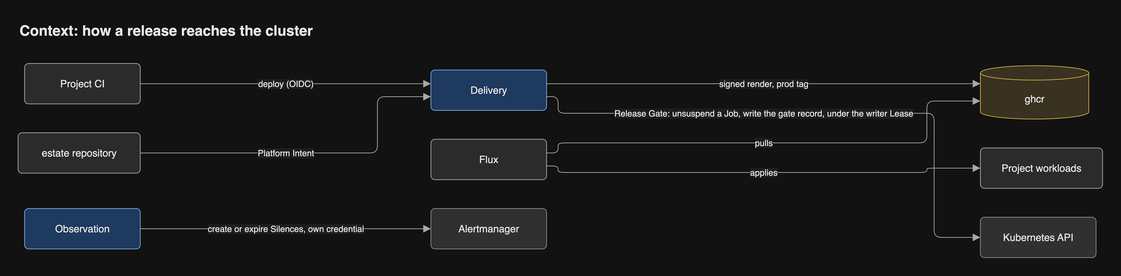
Before: docs/diagrams/png/context.png, a diagram exported from draw.io (JorisJonkers-dev/estate-kit). Source tidied: cells renumbered, new cells last; positions are measured from the earlier drawing's top-left corner, leaving out a move shared by most shapes. The source it was exported from:
```xml
<mxGraphModel>
  <root>
    <mxCell id="0" />
    <mxCell id="1" parent="0" />
    <mxCell id="2" value="Project CI" style="rounded=1;arcSize=10;html=1;whiteSpace=wrap;fontSize=14;fontColor=light-dark(#1a1a1a,#e8e8e8);fillColor=light-dark(#f5f5f5,#2b2b2b);strokeColor=light-dark(#666666,#a8a8a8);fontFamily=Helvetica;" parent="1" vertex="1">
      <mxGeometry x="9" y="64" width="160" height="56" as="geometry" />
    </mxCell>
    <mxCell id="3" value="estate repository" style="rounded=1;arcSize=10;html=1;whiteSpace=wrap;fontSize=14;fontColor=light-dark(#1a1a1a,#e8e8e8);fillColor=light-dark(#f5f5f5,#2b2b2b);strokeColor=light-dark(#666666,#a8a8a8);fontFamily=Helvetica;" parent="1" vertex="1">
      <mxGeometry y="160" width="169" height="56" as="geometry" />
    </mxCell>
    <mxCell id="4" value="Delivery" style="rounded=1;arcSize=10;html=1;whiteSpace=wrap;fontSize=14;fontColor=light-dark(#1a1a1a,#e8e8e8);fillColor=light-dark(#dae8fc,#1f3a5f);strokeColor=light-dark(#6c8ebf,#7aa7e0);fontFamily=Helvetica;" parent="1" vertex="1">
      <mxGeometry x="571" y="73" width="160" height="56" as="geometry" />
    </mxCell>
    <mxCell id="5" value="ghcr" style="shape=cylinder3;size=10;boundedLbl=1;backgroundOutline=1;html=1;whiteSpace=wrap;fontSize=14;fontColor=light-dark(#1a1a1a,#e8e8e8);fillColor=light-dark(#fff2cc,#3a3220);strokeColor=light-dark(#d6b656,#c9a74a);fontFamily=Helvetica;" parent="1" vertex="1">
      <mxGeometry x="1331" y="67" width="150" height="74" as="geometry" />
    </mxCell>
    <mxCell id="6" value="Flux" style="rounded=1;arcSize=10;html=1;whiteSpace=wrap;fontSize=14;fontColor=light-dark(#1a1a1a,#e8e8e8);fillColor=light-dark(#f5f5f5,#2b2b2b);strokeColor=light-dark(#666666,#a8a8a8);fontFamily=Helvetica;" parent="1" vertex="1">
      <mxGeometry x="571" y="169" width="160" height="56" as="geometry" />
    </mxCell>
    <mxCell id="7" value="Project workloads" style="rounded=1;arcSize=10;html=1;whiteSpace=wrap;fontSize=14;fontColor=light-dark(#1a1a1a,#e8e8e8);fillColor=light-dark(#f5f5f5,#2b2b2b);strokeColor=light-dark(#666666,#a8a8a8);fontFamily=Helvetica;" parent="1" vertex="1">
      <mxGeometry x="1331" y="181" width="169" height="56" as="geometry" />
    </mxCell>
    <mxCell id="8" value="Kubernetes API" style="rounded=1;arcSize=10;html=1;whiteSpace=wrap;fontSize=14;fontColor=light-dark(#1a1a1a,#e8e8e8);fillColor=light-dark(#eeeeee,#303030);strokeColor=light-dark(#999999,#8a8a8a);fontFamily=Helvetica;" parent="1" vertex="1">
      <mxGeometry x="1331" y="277" width="160" height="56" as="geometry" />
    </mxCell>
    <mxCell id="9" value="Observation" style="rounded=1;arcSize=10;html=1;whiteSpace=wrap;fontSize=14;fontColor=light-dark(#1a1a1a,#e8e8e8);fillColor=light-dark(#dae8fc,#1f3a5f);strokeColor=light-dark(#6c8ebf,#7aa7e0);fontFamily=Helvetica;" parent="1" vertex="1">
      <mxGeometry x="9" y="265" width="160" height="56" as="geometry" />
    </mxCell>
    <mxCell id="10" value="Alertmanager" style="rounded=1;arcSize=10;html=1;whiteSpace=wrap;fontSize=14;fontColor=light-dark(#1a1a1a,#e8e8e8);fillColor=light-dark(#eeeeee,#303030);strokeColor=light-dark(#999999,#8a8a8a);fontFamily=Helvetica;" parent="1" vertex="1">
      <mxGeometry x="571" y="265" width="160" height="56" as="geometry" />
    </mxCell>
    <mxCell id="11" value="deploy (OIDC)" style="html=1;rounded=1;fontSize=14;fontSize=12;fontColor=light-dark(#1a1a1a,#e8e8e8);strokeColor=light-dark(#666666,#a8a8a8);endArrow=block;endFill=1;endSize=8;curved=0;exitX=1;exitY=0.5;entryX=0;entryY=0.3393;edgeStyle=orthogonalEdgeStyle;fontFamily=Helvetica;labelBackgroundColor=light-dark(#ffffff,#1e1e1e);" parent="1" edge="1" source="2" target="4">
      <mxGeometry relative="1" as="geometry">
        <Array as="points">
          <mxPoint x="370" y="92" />
        </Array>
      </mxGeometry>
    </mxCell>
    <mxCell id="12" value="Platform Intent" style="html=1;rounded=1;fontSize=14;fontSize=12;fontColor=light-dark(#1a1a1a,#e8e8e8);strokeColor=light-dark(#666666,#a8a8a8);endArrow=block;endFill=1;endSize=8;curved=0;exitX=1;exitY=0.5;entryX=0;entryY=0.6607;edgeStyle=orthogonalEdgeStyle;fontFamily=Helvetica;labelBackgroundColor=light-dark(#ffffff,#1e1e1e);" parent="1" edge="1" source="3" target="4">
      <mxGeometry relative="1" as="geometry">
        <Array as="points">
          <mxPoint x="497" y="188" />
          <mxPoint x="497" y="110" />
        </Array>
        <mxPoint x="-39" as="offset" />
      </mxGeometry>
    </mxCell>
    <mxCell id="13" value="signed render, prod tag" style="html=1;rounded=1;fontSize=14;fontSize=12;fontColor=light-dark(#1a1a1a,#e8e8e8);strokeColor=light-dark(#666666,#a8a8a8);endArrow=block;endFill=1;endSize=8;curved=0;exitX=1;exitY=0.3393;entryX=0;entryY=0.3378;edgeStyle=orthogonalEdgeStyle;fontFamily=Helvetica;labelBackgroundColor=light-dark(#ffffff,#1e1e1e);" parent="1" edge="1" source="4" target="5">
      <mxGeometry relative="1" as="geometry">
        <Array as="points">
          <mxPoint x="1031" y="92" />
        </Array>
      </mxGeometry>
    </mxCell>
    <mxCell id="14" value="pulls" style="html=1;rounded=1;fontSize=14;fontSize=12;fontColor=light-dark(#1a1a1a,#e8e8e8);strokeColor=light-dark(#666666,#a8a8a8);endArrow=block;endFill=1;endSize=8;curved=0;exitX=1;exitY=0.3393;entryX=0;entryY=0.6622;edgeStyle=orthogonalEdgeStyle;fontFamily=Helvetica;labelBackgroundColor=light-dark(#ffffff,#1e1e1e);" parent="1" edge="1" source="6" target="5">
      <mxGeometry relative="1" as="geometry">
        <Array as="points">
          <mxPoint x="747" y="188" />
          <mxPoint x="747" y="174" />
          <mxPoint x="1257" y="174" />
          <mxPoint x="1257" y="116" />
        </Array>
        <mxPoint x="-22" as="offset" />
      </mxGeometry>
    </mxCell>
    <mxCell id="15" value="applies" style="html=1;rounded=1;fontSize=14;fontSize=12;fontColor=light-dark(#1a1a1a,#e8e8e8);strokeColor=light-dark(#666666,#a8a8a8);endArrow=block;endFill=1;endSize=8;curved=0;exitX=1;exitY=0.6607;entryX=0;entryY=0.5;edgeStyle=orthogonalEdgeStyle;fontFamily=Helvetica;labelBackgroundColor=light-dark(#ffffff,#1e1e1e);" parent="1" edge="1" source="6" target="7">
      <mxGeometry relative="1" as="geometry">
        <Array as="points">
          <mxPoint x="747" y="206" />
          <mxPoint x="747" y="215" />
          <mxPoint x="1257" y="215" />
          <mxPoint x="1257" y="209" />
        </Array>
        <mxPoint x="1.5" as="offset" />
      </mxGeometry>
    </mxCell>
    <mxCell id="16" value="Release Gate: unsuspend a Job, write the gate record, under the writer Lease" style="html=1;rounded=1;fontSize=14;fontSize=12;fontColor=light-dark(#1a1a1a,#e8e8e8);strokeColor=light-dark(#666666,#a8a8a8);endArrow=block;endFill=1;endSize=8;curved=0;exitX=1;exitY=0.6607;entryX=0;entryY=0.5;edgeStyle=orthogonalEdgeStyle;fontFamily=Helvetica;labelBackgroundColor=light-dark(#ffffff,#1e1e1e);" parent="1" edge="1" source="4" target="8">
      <mxGeometry relative="1" as="geometry">
        <Array as="points">
          <mxPoint x="747" y="110" />
          <mxPoint x="747" y="133" />
          <mxPoint x="1267" y="133" />
          <mxPoint x="1267" y="305" />
        </Array>
        <mxPoint x="-74.5" as="offset" />
      </mxGeometry>
    </mxCell>
    <mxCell id="17" value="create or expire Silences, own credential" style="html=1;rounded=1;fontSize=14;fontSize=12;fontColor=light-dark(#1a1a1a,#e8e8e8);strokeColor=light-dark(#666666,#a8a8a8);endArrow=block;endFill=1;endSize=8;curved=0;exitX=1;exitY=0.5;entryX=0;entryY=0.5;edgeStyle=orthogonalEdgeStyle;fontFamily=Helvetica;labelBackgroundColor=light-dark(#ffffff,#1e1e1e);" parent="1" edge="1" source="9" target="10">
      <mxGeometry relative="1" as="geometry">
        <Array as="points">
          <mxPoint x="370" y="293" />
        </Array>
      </mxGeometry>
    </mxCell>
    <mxCell id="18" value="Context: how a release reaches the cluster" style="text;html=1;whiteSpace=wrap;align=left;verticalAlign=middle;fontSize=20;fontStyle=1;fontColor=light-dark(#1a1a1a,#e8e8e8);fontFamily=Helvetica;" parent="1" vertex="1">
      <mxGeometry width="1500" height="36" as="geometry" />
    </mxCell>
  </root>
</mxGraphModel>
```
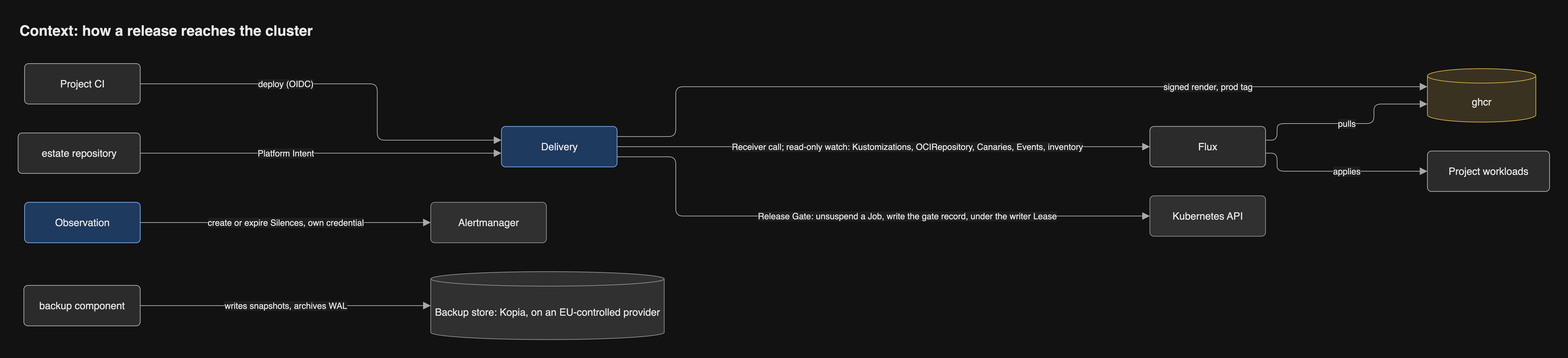
After the change.

What changed in the source:
```diff
@@ -9,91 +9,112 @@
       <mxGeometry y="160" width="169" height="56" as="geometry" />
     </mxCell>
     <mxCell id="4" value="Delivery" style="rounded=1;arcSize=10;html=1;whiteSpace=wrap;fontSize=14;fontColor=light-dark(#1a1a1a,#e8e8e8);fillColor=light-dark(#dae8fc,#1f3a5f);strokeColor=light-dark(#6c8ebf,#7aa7e0);fontFamily=Helvetica;" parent="1" vertex="1">
-      <mxGeometry x="571" y="73" width="160" height="56" as="geometry" />
+      <mxGeometry x="668.8" y="151" width="160" height="56" as="geometry" />
     </mxCell>
     <mxCell id="5" value="ghcr" style="shape=cylinder3;size=10;boundedLbl=1;backgroundOutline=1;html=1;whiteSpace=wrap;fontSize=14;fontColor=light-dark(#1a1a1a,#e8e8e8);fillColor=light-dark(#fff2cc,#3a3220);strokeColor=light-dark(#d6b656,#c9a74a);fontFamily=Helvetica;" parent="1" vertex="1">
-      <mxGeometry x="1331" y="67" width="150" height="74" as="geometry" />
+      <mxGeometry x="1950" y="71" width="150" height="74" as="geometry" />
     </mxCell>
     <mxCell id="6" value="Flux" style="rounded=1;arcSize=10;html=1;whiteSpace=wrap;fontSize=14;fontColor=light-dark(#1a1a1a,#e8e8e8);fillColor=light-dark(#f5f5f5,#2b2b2b);strokeColor=light-dark(#666666,#a8a8a8);fontFamily=Helvetica;" parent="1" vertex="1">
-      <mxGeometry x="571" y="169" width="160" height="56" as="geometry" />
+      <mxGeometry x="1566" y="151" width="160" height="56" as="geometry" />
     </mxCell>
     <mxCell id="7" value="Project workloads" style="rounded=1;arcSize=10;html=1;whiteSpace=wrap;fontSize=14;fontColor=light-dark(#1a1a1a,#e8e8e8);fillColor=light-dark(#f5f5f5,#2b2b2b);strokeColor=light-dark(#666666,#a8a8a8);fontFamily=Helvetica;" parent="1" vertex="1">
-      <mxGeometry x="1331" y="181" width="169" height="56" as="geometry" />
+      <mxGeometry x="1950" y="185" width="169" height="56" as="geometry" />
     </mxCell>
     <mxCell id="8" value="Kubernetes API" style="rounded=1;arcSize=10;html=1;whiteSpace=wrap;fontSize=14;fontColor=light-dark(#1a1a1a,#e8e8e8);fillColor=light-dark(#eeeeee,#303030);strokeColor=light-dark(#999999,#8a8a8a);fontFamily=Helvetica;" parent="1" vertex="1">
-      <mxGeometry x="1331" y="277" width="160" height="56" as="geometry" />
+      <mxGeometry x="1566" y="247" width="160" height="56" as="geometry" />
     </mxCell>
     <mxCell id="9" value="Observation" style="rounded=1;arcSize=10;html=1;whiteSpace=wrap;fontSize=14;fontColor=light-dark(#1a1a1a,#e8e8e8);fillColor=light-dark(#dae8fc,#1f3a5f);strokeColor=light-dark(#6c8ebf,#7aa7e0);fontFamily=Helvetica;" parent="1" vertex="1">
-      <mxGeometry x="9" y="265" width="160" height="56" as="geometry" />
+      <mxGeometry x="9" y="256" width="160" height="56" as="geometry" />
     </mxCell>
     <mxCell id="10" value="Alertmanager" style="rounded=1;arcSize=10;html=1;whiteSpace=wrap;fontSize=14;fontColor=light-dark(#1a1a1a,#e8e8e8);fillColor=light-dark(#eeeeee,#303030);strokeColor=light-dark(#999999,#8a8a8a);fontFamily=Helvetica;" parent="1" vertex="1">
-      <mxGeometry x="571" y="265" width="160" height="56" as="geometry" />
+      <mxGeometry x="571" y="256" width="160" height="56" as="geometry" />
     </mxCell>
+    <mxCell id="19" value="Backup store: Kopia, on an EU-controlled provider" style="shape=cylinder3;size=10;boundedLbl=1;backgroundOutline=1;html=1;whiteSpace=wrap;fontSize=14;fontColor=light-dark(#1a1a1a,#e8e8e8);fillColor=light-dark(#eeeeee,#303030);strokeColor=light-dark(#999999,#8a8a8a);fontFamily=Helvetica;" parent="1" vertex="1">
+      <mxGeometry x="571" y="352" width="323" height="94" as="geometry" />
+    </mxCell>
     <mxCell id="11" value="deploy (OIDC)" style="html=1;rounded=1;fontSize=14;fontSize=12;fontColor=light-dark(#1a1a1a,#e8e8e8);strokeColor=light-dark(#666666,#a8a8a8);endArrow=block;endFill=1;endSize=8;curved=0;exitX=1;exitY=0.5;entryX=0;entryY=0.3393;edgeStyle=orthogonalEdgeStyle;fontFamily=Helvetica;labelBackgroundColor=light-dark(#ffffff,#1e1e1e);" parent="1" edge="1" source="2" target="4">
       <mxGeometry relative="1" as="geometry">
         <Array as="points">
-          <mxPoint x="370" y="92" />
+          <mxPoint x="497" y="92" />
+          <mxPoint x="497" y="170" />
         </Array>
+        <mxPoint x="-87.9" as="offset" />
       </mxGeometry>
     </mxCell>
     <mxCell id="12" value="Platform Intent" style="html=1;rounded=1;fontSize=14;fontSize=12;fontColor=light-dark(#1a1a1a,#e8e8e8);strokeColor=light-dark(#666666,#a8a8a8);endArrow=block;endFill=1;endSize=8;curved=0;exitX=1;exitY=0.5;entryX=0;entryY=0.6607;edgeStyle=orthogonalEdgeStyle;fontFamily=Helvetica;labelBackgroundColor=light-dark(#ffffff,#1e1e1e);" parent="1" edge="1" source="3" target="4">
       <mxGeometry relative="1" as="geometry">
         <Array as="points">
-          <mxPoint x="497" y="188" />
-          <mxPoint x="497" y="110" />
+          <mxPoint x="418.9" y="188" />
         </Array>
-        <mxPoint x="-39" as="offset" />
+        <mxPoint x="-48.9" as="offset" />
       </mxGeometry>
     </mxCell>
-    <mxCell id="13" value="signed render, prod tag" style="html=1;rounded=1;fontSize=14;fontSize=12;fontColor=light-dark(#1a1a1a,#e8e8e8);strokeColor=light-dark(#666666,#a8a8a8);endArrow=block;endFill=1;endSize=8;curved=0;exitX=1;exitY=0.3393;entryX=0;entryY=0.3378;edgeStyle=orthogonalEdgeStyle;fontFamily=Helvetica;labelBackgroundColor=light-dark(#ffffff,#1e1e1e);" parent="1" edge="1" source="4" target="5">
+    <mxCell id="13" value="signed render, prod tag" style="html=1;rounded=1;fontSize=14;fontSize=12;fontColor=light-dark(#1a1a1a,#e8e8e8);strokeColor=light-dark(#666666,#a8a8a8);endArrow=block;endFill=1;endSize=8;curved=0;exitX=1;exitY=0.25;entryX=0;entryY=0.3378;edgeStyle=orthogonalEdgeStyle;fontFamily=Helvetica;labelBackgroundColor=light-dark(#ffffff,#1e1e1e);" parent="1" edge="1" source="4" target="5">
       <mxGeometry relative="1" as="geometry">
         <Array as="points">
-          <mxPoint x="1031" y="92" />
+          <mxPoint x="910" y="165" />
+          <mxPoint x="910" y="96" />
+          <mxPoint x="1838" y="96" />
         </Array>
+        <mxPoint x="291.1" as="offset" />
       </mxGeometry>
     </mxCell>
     <mxCell id="14" value="pulls" style="html=1;rounded=1;fontSize=14;fontSize=12;fontColor=light-dark(#1a1a1a,#e8e8e8);strokeColor=light-dark(#666666,#a8a8a8);endArrow=block;endFill=1;endSize=8;curved=0;exitX=1;exitY=0.3393;entryX=0;entryY=0.6622;edgeStyle=orthogonalEdgeStyle;fontFamily=Helvetica;labelBackgroundColor=light-dark(#ffffff,#1e1e1e);" parent="1" edge="1" source="6" target="5">
       <mxGeometry relative="1" as="geometry">
         <Array as="points">
-          <mxPoint x="747" y="188" />
-          <mxPoint x="747" y="174" />
-          <mxPoint x="1257" y="174" />
-          <mxPoint x="1257" y="116" />
+          <mxPoint x="1742" y="170" />
+          <mxPoint x="1742" y="147" />
+          <mxPoint x="1876" y="147" />
+          <mxPoint x="1876" y="120" />
         </Array>
-        <mxPoint x="-22" as="offset" />
+        <mxPoint x="-2" as="offset" />
       </mxGeometry>
     </mxCell>
     <mxCell id="15" value="applies" style="html=1;rounded=1;fontSize=14;fontSize=12;fontColor=light-dark(#1a1a1a,#e8e8e8);strokeColor=light-dark(#666666,#a8a8a8);endArrow=block;endFill=1;endSize=8;curved=0;exitX=1;exitY=0.6607;entryX=0;entryY=0.5;edgeStyle=orthogonalEdgeStyle;fontFamily=Helvetica;labelBackgroundColor=light-dark(#ffffff,#1e1e1e);" parent="1" edge="1" source="6" target="7">
       <mxGeometry relative="1" as="geometry">
         <Array as="points">
-          <mxPoint x="747" y="206" />
-          <mxPoint x="747" y="215" />
-          <mxPoint x="1257" y="215" />
-          <mxPoint x="1257" y="209" />
+          <mxPoint x="1742" y="188" />
+          <mxPoint x="1742" y="213" />
         </Array>
-        <mxPoint x="1.5" as="offset" />
+        <mxPoint x="12.5" as="offset" />
       </mxGeometry>
     </mxCell>
-    <mxCell id="16" value="Release Gate: unsuspend a Job, write the gate record, under the writer Lease" style="html=1;rounded=1;fontSize=14;fontSize=12;fontColor=light-dark(#1a1a1a,#e8e8e8);strokeColor=light-dark(#666666,#a8a8a8);endArrow=block;endFill=1;endSize=8;curved=0;exitX=1;exitY=0.6607;entryX=0;entryY=0.5;edgeStyle=orthogonalEdgeStyle;fontFamily=Helvetica;labelBackgroundColor=light-dark(#ffffff,#1e1e1e);" parent="1" edge="1" source="4" target="8">
+    <mxCell id="16" value="Release Gate: unsuspend a Job, write the gate record, under the writer Lease" style="html=1;rounded=1;fontSize=14;fontSize=12;fontColor=light-dark(#1a1a1a,#e8e8e8);strokeColor=light-dark(#666666,#a8a8a8);endArrow=block;endFill=1;endSize=8;curved=0;exitX=1;exitY=0.75;entryX=0;entryY=0.5;edgeStyle=orthogonalEdgeStyle;fontFamily=Helvetica;labelBackgroundColor=light-dark(#ffffff,#1e1e1e);" parent="1" edge="1" source="4" target="8">
       <mxGeometry relative="1" as="geometry">
         <Array as="points">
-          <mxPoint x="747" y="110" />
-          <mxPoint x="747" y="133" />
-          <mxPoint x="1267" y="133" />
-          <mxPoint x="1267" y="305" />
+          <mxPoint x="910" y="193" />
+          <mxPoint x="910" y="275" />
         </Array>
-        <mxPoint x="-74.5" as="offset" />
+        <mxPoint x="73.6" as="offset" />
       </mxGeometry>
     </mxCell>
     <mxCell id="17" value="create or expire Silences, own credential" style="html=1;rounded=1;fontSize=14;fontSize=12;fontColor=light-dark(#1a1a1a,#e8e8e8);strokeColor=light-dark(#666666,#a8a8a8);endArrow=block;endFill=1;endSize=8;curved=0;exitX=1;exitY=0.5;entryX=0;entryY=0.5;edgeStyle=orthogonalEdgeStyle;fontFamily=Helvetica;labelBackgroundColor=light-dark(#ffffff,#1e1e1e);" parent="1" edge="1" source="9" target="10">
       <mxGeometry relative="1" as="geometry">
         <Array as="points">
-          <mxPoint x="370" y="293" />
+          <mxPoint x="370" y="284" />
         </Array>
       </mxGeometry>
     </mxCell>
+    <mxCell id="20" value="Receiver call; read-only watch: Kustomizations, OCIRepository, Canaries, Events, inventory" style="html=1;rounded=1;fontSize=14;fontSize=12;fontColor=light-dark(#1a1a1a,#e8e8e8);strokeColor=light-dark(#666666,#a8a8a8);endArrow=block;endFill=1;endSize=8;curved=0;exitX=1;exitY=0.5;entryX=0;entryY=0.5;edgeStyle=orthogonalEdgeStyle;fontFamily=Helvetica;labelBackgroundColor=light-dark(#ffffff,#1e1e1e);" parent="1" edge="1" source="4" target="6">
+      <mxGeometry relative="1" as="geometry">
+        <Array as="points">
+          <mxPoint x="1197.4" y="179" />
+        </Array>
+        <mxPoint x="32.6" as="offset" />
+      </mxGeometry>
+    </mxCell>
+    <mxCell id="21" value="backup component" style="rounded=1;arcSize=10;html=1;whiteSpace=wrap;fontSize=14;fontColor=light-dark(#1a1a1a,#e8e8e8);fillColor=light-dark(#f5f5f5,#2b2b2b);strokeColor=light-dark(#666666,#a8a8a8);fontFamily=Helvetica;" parent="1" vertex="1">
+      <mxGeometry x="8" y="371" width="161" height="56" as="geometry" />
+    </mxCell>
+    <mxCell id="22" value="writes snapshots, archives WAL" style="html=1;rounded=1;fontSize=14;fontSize=12;fontColor=light-dark(#1a1a1a,#e8e8e8);strokeColor=light-dark(#666666,#a8a8a8);endArrow=block;endFill=1;endSize=8;curved=0;exitX=1;exitY=0.5;entryX=0;entryY=0.5;edgeStyle=orthogonalEdgeStyle;fontFamily=Helvetica;labelBackgroundColor=light-dark(#ffffff,#1e1e1e);" parent="1" edge="1" source="21" target="19">
+      <mxGeometry relative="1" as="geometry">
+        <Array as="points">
+          <mxPoint x="370" y="399" />
+        </Array>
+      </mxGeometry>
+    </mxCell>
     <mxCell id="18" value="Context: how a release reaches the cluster" style="text;html=1;whiteSpace=wrap;align=left;verticalAlign=middle;fontSize=20;fontStyle=1;fontColor=light-dark(#1a1a1a,#e8e8e8);fontFamily=Helvetica;" parent="1" vertex="1">
-      <mxGeometry width="1500" height="36" as="geometry" />
+      <mxGeometry width="2119" height="36" as="geometry" />
     </mxCell>
   </root>
 </mxGraphModel>
```
